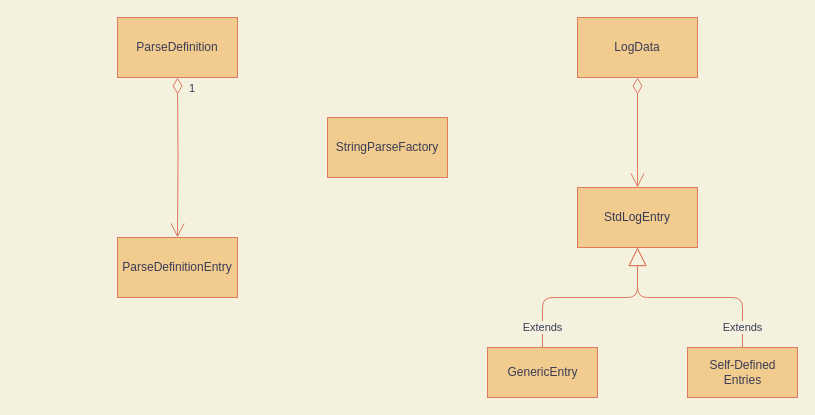
Above: page "Classes" (1 of 2) of diagrams/Log_Parser.drawio in adobe/log-parser (draw.io), before the change. Source tidied: cells renumbered, new cells numbered last; positions are measured from the earlier drawing's top-left corner, leaving out a move shared by most shapes. Both pictures are drawn from the tidied source at 100%, with x=0, y=0 at pixel (117, 17).
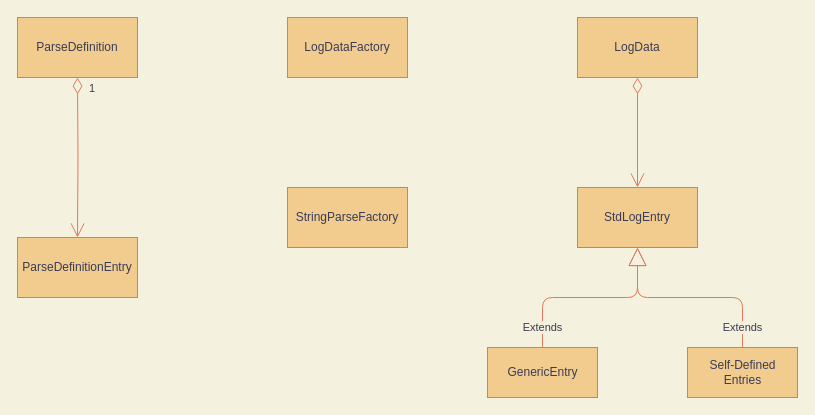
The same page after the edit.

What changed in the source:
```diff
@@
 <mxGraphModel background="#F4F1DE">
   <root>
     <mxCell id="0" />
     <mxCell id="1" parent="0" />
     <mxCell id="2" value="ParseDefinition" style="rounded=0;whiteSpace=wrap;html=1;fillColor=#F2CC8F;strokeColor=#E07A5F;fontColor=#393C56;" parent="1" vertex="1">
-      <mxGeometry width="120" height="60" as="geometry" />
+      <mxGeometry x="-100" width="120" height="60" as="geometry" />
     </mxCell>
     <mxCell id="3" value="ParseDefinitionEntry" style="rounded=0;whiteSpace=wrap;html=1;fillColor=#F2CC8F;strokeColor=#E07A5F;fontColor=#393C56;" parent="1" vertex="1">
-      <mxGeometry y="220" width="120" height="60" as="geometry" />
+      <mxGeometry x="-100" y="220" width="120" height="60" as="geometry" />
     </mxCell>
     <mxCell id="4" value="1" style="endArrow=open;html=1;endSize=12;startArrow=diamondThin;startSize=14;startFill=0;edgeStyle=orthogonalEdgeStyle;align=left;verticalAlign=bottom;exitX=0.5;exitY=1;exitDx=0;exitDy=0;labelBackgroundColor=#F4F1DE;strokeColor=#E07A5F;fontColor=#393C56;" parent="1" edge="1" source="7" target="8">
       <mxGeometry x="-1" y="3" relative="1" as="geometry" />
     </mxCell>
     <mxCell id="5" value="1" style="endArrow=open;html=1;endSize=12;startArrow=diamondThin;startSize=14;startFill=0;edgeStyle=orthogonalEdgeStyle;align=left;verticalAlign=bottom;entryX=0.5;entryY=0;entryDx=0;entryDy=0;labelBackgroundColor=#F4F1DE;strokeColor=#E07A5F;fontColor=#393C56;" parent="1" edge="1" target="3">
       <mxGeometry x="-0.75" y="10" relative="1" as="geometry">
-        <mxPoint x="60" y="60" as="sourcePoint" />
+        <mxPoint x="-40" y="60" as="sourcePoint" />
       </mxGeometry>
     </mxCell>
     <mxCell id="6" value="StringParseFactory" style="rounded=0;whiteSpace=wrap;html=1;fillColor=#F2CC8F;strokeColor=#E07A5F;fontColor=#393C56;" parent="1" vertex="1">
-      <mxGeometry x="210" y="100" width="120" height="60" as="geometry" />
+      <mxGeometry x="170" y="170" width="120" height="60" as="geometry" />
     </mxCell>
     <mxCell id="7" value="LogData" style="rounded=0;whiteSpace=wrap;html=1;fillColor=#F2CC8F;strokeColor=#E07A5F;fontColor=#393C56;" parent="1" vertex="1">
       <mxGeometry x="460" width="120" height="60" as="geometry" />
     </mxCell>
     <mxCell id="8" value="StdLogEntry" style="rounded=0;whiteSpace=wrap;html=1;fillColor=#F2CC8F;strokeColor=#E07A5F;fontColor=#393C56;" parent="1" vertex="1">
       <mxGeometry x="460" y="170" width="120" height="60" as="geometry" />
     </mxCell>
     <mxCell id="9" value="Extends" style="endArrow=block;endSize=16;endFill=0;html=1;entryX=0.5;entryY=1;entryDx=0;entryDy=0;exitX=0.5;exitY=0;exitDx=0;exitDy=0;edgeStyle=orthogonalEdgeStyle;labelBackgroundColor=#F4F1DE;strokeColor=#E07A5F;fontColor=#393C56;" parent="1" edge="1" source="11" target="8">
       <mxGeometry x="-0.8" relative="1" as="geometry" />
     </mxCell>
     <mxCell id="10" value="GenericEntry" style="html=1;fillColor=#F2CC8F;strokeColor=#E07A5F;fontColor=#393C56;" parent="1" vertex="1">
       <mxGeometry x="370" y="330" width="110" height="50" as="geometry" />
     </mxCell>
     <mxCell id="11" value="Self-Defined &lt;br&gt;Entries" style="html=1;fillColor=#F2CC8F;strokeColor=#E07A5F;fontColor=#393C56;" parent="1" vertex="1">
       <mxGeometry x="570" y="330" width="110" height="50" as="geometry" />
     </mxCell>
     <mxCell id="12" value="Extends" style="endArrow=block;endSize=16;endFill=0;html=1;exitX=0.5;exitY=0;exitDx=0;exitDy=0;edgeStyle=orthogonalEdgeStyle;labelBackgroundColor=#F4F1DE;strokeColor=#E07A5F;fontColor=#393C56;" parent="1" edge="1" source="10">
       <mxGeometry x="-0.79" relative="1" as="geometry">
         <mxPoint x="520" y="230" as="targetPoint" />
         <Array as="points">
           <mxPoint x="425" y="280" />
           <mxPoint x="520" y="280" />
         </Array>
       </mxGeometry>
     </mxCell>
+    <mxCell id="13" value="LogDataFactory" style="rounded=0;whiteSpace=wrap;html=1;fillColor=#F2CC8F;strokeColor=#E07A5F;fontColor=#393C56;" parent="1" vertex="1">
+      <mxGeometry x="170" width="120" height="60" as="geometry" />
+    </mxCell>
   </root>
 </mxGraphModel>
```
